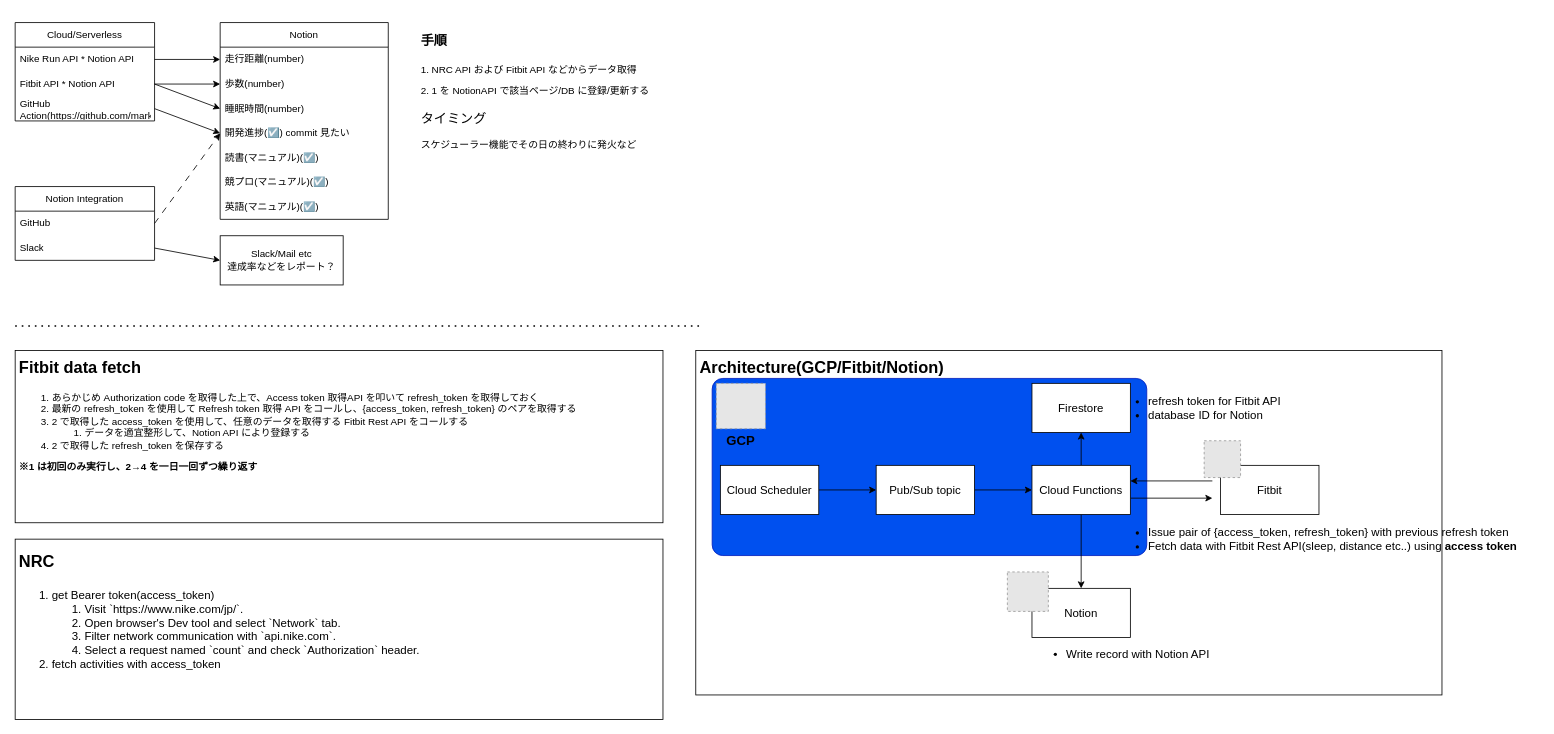
This is notion_arch.drawio from yasuki0707/habit-tracker, a draw.io file, before an edit. Source tidied: cells renumbered, new cells numbered last; positions are measured from the earlier drawing's top-left corner, leaving out a move shared by most shapes. Both pictures are drawn from the tidied source at 82%, with x=0, y=0 at pixel (15, 22). Pictures stored in the file or linked from it are replaced by grey dashed boxes.
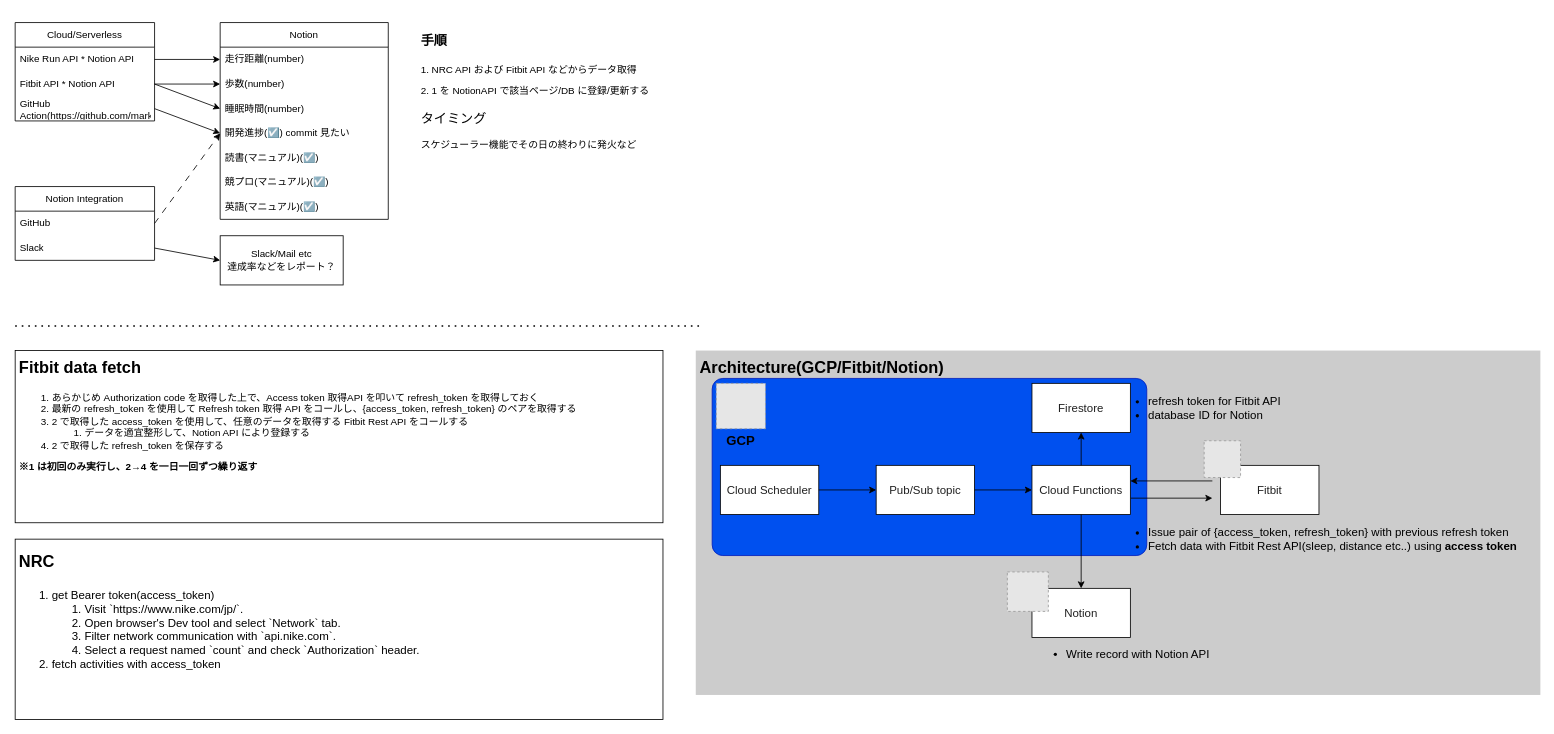
Above is the later version.

What changed in the source:
```diff
@@
-    <mxCell id="2" value="&lt;h1&gt;&lt;font style=&quot;font-size: 20px;&quot;&gt;Architecture(GCP/Fitbit/Notion)&lt;/font&gt;&lt;/h1&gt;&lt;br&gt;&lt;p&gt;&lt;/p&gt;" style="text;html=1;strokeColor=default;fillColor=none;spacing=5;spacingTop=-20;whiteSpace=wrap;overflow=hidden;rounded=0;" parent="1" vertex="1">
-      <mxGeometry x="830" y="400" width="910" height="420" as="geometry" />
-    </mxCell>
-    <mxCell id="3" style="rounded=1;whiteSpace=wrap;html=1;strokeColor=#001DBC;fontSize=20;arcSize=6;fillColor=#0050ef;fontColor=#ffffff;" parent="1" vertex="1">
-      <mxGeometry x="850" y="434" width="530" height="216" as="geometry" />
-    </mxCell>
@@
+    <mxCell id="38" value="&lt;h1&gt;&lt;font style=&quot;font-size: 20px;&quot;&gt;NRC&lt;/font&gt;&lt;/h1&gt;&lt;p&gt;&lt;/p&gt;&lt;ol&gt;&lt;li&gt;get Bearer token(access_token)&lt;ol&gt;&lt;li&gt;Visit `https://www.nike.com/jp/`.&lt;/li&gt;&lt;li&gt;Open browser's Dev tool and select `Network` tab.&lt;/li&gt;&lt;li&gt;Filter network communication with `api.nike.com`.&lt;/li&gt;&lt;li&gt;Select a request named `count` and check `Authorization` header.&lt;/li&gt;&lt;/ol&gt;&lt;/li&gt;&lt;li&gt;fetch activities with access_token&lt;/li&gt;&lt;/ol&gt;&lt;p&gt;&lt;/p&gt;" style="text;html=1;strokeColor=default;fillColor=none;spacing=5;spacingTop=-20;whiteSpace=wrap;overflow=hidden;rounded=0;fontSize=14;" parent="1" vertex="1">
+      <mxGeometry y="630" width="790" height="220" as="geometry" />
+    </mxCell>
+    <mxCell id="49" style="group;" parent="1" vertex="1">
+      <mxGeometry x="830" y="400" width="1030" height="420" as="geometry" />
+    </mxCell>
+    <mxCell id="2" value="&lt;h1&gt;&lt;font style=&quot;font-size: 20px;&quot;&gt;Architecture(GCP/Fitbit/Notion)&lt;/font&gt;&lt;/h1&gt;&lt;br&gt;&lt;p&gt;&lt;/p&gt;" style="text;html=1;spacing=5;spacingTop=-20;whiteSpace=wrap;overflow=hidden;rounded=0;fillColor=#CCCCCC;" parent="49" vertex="1">
+      <mxGeometry width="1030" height="420" as="geometry" />
+    </mxCell>
+    <mxCell id="3" style="rounded=1;whiteSpace=wrap;html=1;strokeColor=#001DBC;fontSize=20;arcSize=6;fillColor=#0050ef;fontColor=#ffffff;" parent="49" vertex="1">
+      <mxGeometry x="20" y="34" width="530" height="216" as="geometry" />
+    </mxCell>
+    <mxCell id="30" value="Cloud Scheduler" style="rounded=0;whiteSpace=wrap;html=1;strokeColor=default;fontSize=14;fillColor=#FFFFFF;fontColor=#202020;" parent="49" vertex="1">
+      <mxGeometry x="30" y="140" width="120" height="60" as="geometry" />
+    </mxCell>
+    <mxCell id="32" value="Pub/Sub topic" style="whiteSpace=wrap;html=1;fontSize=14;rounded=0;fillColor=#FFFFFF;fontColor=#202020;" parent="49" vertex="1">
+      <mxGeometry x="220" y="140" width="120" height="60" as="geometry" />
+    </mxCell>
-    <mxCell id="29" style="edgeStyle=none;html=1;fontSize=14;" parent="1" edge="1" source="30" target="32">
+    <mxCell id="29" style="edgeStyle=none;html=1;fontSize=14;" parent="49" edge="1" source="30" target="32">
       <mxGeometry relative="1" as="geometry" />
     </mxCell>
-    <mxCell id="30" value="Cloud Scheduler" style="rounded=0;whiteSpace=wrap;html=1;strokeColor=default;fontSize=14;" parent="1" vertex="1">
-      <mxGeometry x="860" y="540" width="120" height="60" as="geometry" />
-    </mxCell>
-    <mxCell id="31" style="edgeStyle=none;html=1;fontSize=14;" parent="1" edge="1" source="32" target="36">
-      <mxGeometry relative="1" as="geometry" />
-    </mxCell>
-    <mxCell id="32" value="Pub/Sub topic" style="whiteSpace=wrap;html=1;fontSize=14;rounded=0;" parent="1" vertex="1">
-      <mxGeometry x="1050" y="540" width="120" height="60" as="geometry" />
-    </mxCell>
-    <mxCell id="33" style="edgeStyle=none;html=1;fontSize=20;" parent="1" edge="1" source="36" target="39">
-      <mxGeometry relative="1" as="geometry" />
-    </mxCell>
-    <mxCell id="34" style="edgeStyle=none;html=1;fontSize=20;" parent="1" edge="1" source="36" target="40">
-      <mxGeometry relative="1" as="geometry" />
-    </mxCell>
-    <mxCell id="35" style="edgeStyle=none;html=1;fontSize=20;" parent="1" edge="1">
+    <mxCell id="35" style="edgeStyle=none;html=1;fontSize=20;" parent="49" edge="1">
       <mxGeometry relative="1" as="geometry">
-        <mxPoint x="1360" y="580" as="sourcePoint" />
-        <mxPoint x="1460" y="580" as="targetPoint" />
+        <mxPoint x="530" y="180" as="sourcePoint" />
+        <mxPoint x="630" y="180" as="targetPoint" />
       </mxGeometry>
     </mxCell>
-    <mxCell id="36" value="Cloud Functions" style="whiteSpace=wrap;html=1;fontSize=14;rounded=0;" parent="1" vertex="1">
-      <mxGeometry x="1240" y="540" width="120" height="60" as="geometry" />
+    <mxCell id="36" value="Cloud Functions" style="whiteSpace=wrap;html=1;fontSize=14;rounded=0;fillColor=#FFFFFF;fontColor=#202020;" parent="49" vertex="1">
+      <mxGeometry x="410" y="140" width="120" height="60" as="geometry" />
     </mxCell>
+    <mxCell id="31" style="edgeStyle=none;html=1;fontSize=14;" parent="49" edge="1" source="32" target="36">
+      <mxGeometry relative="1" as="geometry" />
+    </mxCell>
-    <mxCell id="37" value="&lt;ul&gt;&lt;li&gt;Write record with Notion API&lt;/li&gt;&lt;/ul&gt;" style="text;html=1;strokeColor=none;fillColor=none;align=left;verticalAlign=middle;whiteSpace=wrap;rounded=0;fontSize=14;" parent="1" vertex="1">
-      <mxGeometry x="1240" y="740" width="400" height="60" as="geometry" />
+    <mxCell id="37" value="&lt;ul&gt;&lt;li&gt;Write record with Notion API&lt;/li&gt;&lt;/ul&gt;" style="text;html=1;strokeColor=none;fillColor=none;align=left;verticalAlign=middle;whiteSpace=wrap;rounded=0;fontSize=14;" parent="49" vertex="1">
+      <mxGeometry x="410" y="340" width="400" height="60" as="geometry" />
     </mxCell>
-    <mxCell id="38" value="&lt;h1&gt;&lt;font style=&quot;font-size: 20px;&quot;&gt;NRC&lt;/font&gt;&lt;/h1&gt;&lt;p&gt;&lt;/p&gt;&lt;ol&gt;&lt;li&gt;get Bearer token(access_token)&lt;ol&gt;&lt;li&gt;Visit `https://www.nike.com/jp/`.&lt;/li&gt;&lt;li&gt;Open browser's Dev tool and select `Network` tab.&lt;/li&gt;&lt;li&gt;Filter network communication with `api.nike.com`.&lt;/li&gt;&lt;li&gt;Select a request named `count` and check `Authorization` header.&lt;/li&gt;&lt;/ol&gt;&lt;/li&gt;&lt;li&gt;fetch activities with access_token&lt;/li&gt;&lt;/ol&gt;&lt;p&gt;&lt;/p&gt;" style="text;html=1;strokeColor=default;fillColor=none;spacing=5;spacingTop=-20;whiteSpace=wrap;overflow=hidden;rounded=0;fontSize=14;" parent="1" vertex="1">
-      <mxGeometry y="630" width="790" height="220" as="geometry" />
-    </mxCell>
-    <mxCell id="39" value="Firestore" style="whiteSpace=wrap;html=1;fontSize=14;rounded=0;" parent="1" vertex="1">
-      <mxGeometry x="1240" y="440" width="120" height="60" as="geometry" />
+    <mxCell id="39" value="Firestore" style="whiteSpace=wrap;html=1;fontSize=14;rounded=0;fillColor=#FFFFFF;fontColor=#202020;" parent="49" vertex="1">
+      <mxGeometry x="410" y="40" width="120" height="60" as="geometry" />
     </mxCell>
+    <mxCell id="33" style="edgeStyle=none;html=1;fontSize=20;" parent="49" edge="1" source="36" target="39">
+      <mxGeometry relative="1" as="geometry" />
+    </mxCell>
-    <mxCell id="40" value="Notion" style="whiteSpace=wrap;html=1;fontSize=14;rounded=0;" parent="1" vertex="1">
-      <mxGeometry x="1240" y="690" width="120" height="60" as="geometry" />
+    <mxCell id="40" value="Notion" style="whiteSpace=wrap;html=1;fontSize=14;rounded=0;fillColor=#FFFFFF;fontColor=#202020;" parent="49" vertex="1">
+      <mxGeometry x="410" y="290" width="120" height="60" as="geometry" />
     </mxCell>
+    <mxCell id="34" style="edgeStyle=none;html=1;fontSize=20;" parent="49" edge="1" source="36" target="40">
+      <mxGeometry relative="1" as="geometry" />
+    </mxCell>
-    <mxCell id="41" value="Fitbit" style="whiteSpace=wrap;html=1;fontSize=14;rounded=0;" parent="1" vertex="1">
-      <mxGeometry x="1470" y="540" width="120" height="60" as="geometry" />
+    <mxCell id="41" value="Fitbit" style="whiteSpace=wrap;html=1;fontSize=14;rounded=0;fillColor=#FFFFFF;fontColor=#202020;" parent="49" vertex="1">
+      <mxGeometry x="640" y="140" width="120" height="60" as="geometry" />
     </mxCell>
-    <mxCell id="42" value="&lt;ul&gt;&lt;li&gt;Issue pair of {access_token, refresh_token} with previous refresh token&lt;/li&gt;&lt;li&gt;Fetch data with Fitbit Rest API(sleep, distance etc..) using &lt;b&gt;access token&lt;/b&gt;&lt;/li&gt;&lt;/ul&gt;" style="text;html=1;strokeColor=none;fillColor=none;align=left;verticalAlign=middle;whiteSpace=wrap;rounded=0;fontSize=14;" parent="1" vertex="1">
-      <mxGeometry x="1340" y="600" width="500" height="60" as="geometry" />
+    <mxCell id="42" value="&lt;ul&gt;&lt;li&gt;Issue pair of {access_token, refresh_token} with previous refresh token&lt;/li&gt;&lt;li&gt;Fetch data with Fitbit Rest API(sleep, distance etc..) using &lt;b&gt;access token&lt;/b&gt;&lt;/li&gt;&lt;/ul&gt;" style="text;html=1;strokeColor=none;fillColor=none;align=left;verticalAlign=middle;whiteSpace=wrap;rounded=0;fontSize=14;" parent="49" vertex="1">
+      <mxGeometry x="510" y="200" width="500" height="60" as="geometry" />
     </mxCell>
-    <mxCell id="43" style="edgeStyle=none;html=1;fontSize=20;strokeColor=default;endArrow=none;endFill=0;startArrow=classic;startFill=1;" parent="1" edge="1">
+    <mxCell id="43" style="edgeStyle=none;html=1;fontSize=20;strokeColor=default;endArrow=none;endFill=0;startArrow=classic;startFill=1;" parent="49" edge="1">
       <mxGeometry relative="1" as="geometry">
-        <mxPoint x="1360" y="559" as="sourcePoint" />
-        <mxPoint x="1460" y="559" as="targetPoint" />
+        <mxPoint x="530" y="159" as="sourcePoint" />
+        <mxPoint x="630" y="159" as="targetPoint" />
       </mxGeometry>
     </mxCell>
-    <mxCell id="44" value="GCP" style="text;html=1;strokeColor=none;fillColor=none;align=center;verticalAlign=middle;whiteSpace=wrap;rounded=0;fontSize=16;fontStyle=1;" parent="1" vertex="1">
-      <mxGeometry x="850" y="495.4" width="70" height="30" as="geometry" />
+    <mxCell id="44" value="GCP" style="text;html=1;strokeColor=none;fillColor=none;align=center;verticalAlign=middle;whiteSpace=wrap;rounded=0;fontSize=16;fontStyle=1;" parent="49" vertex="1">
+      <mxGeometry x="20" y="95.4" width="70" height="30" as="geometry" />
     </mxCell>
-    <mxCell id="45" style="fillColor=#E6E6E6;strokeColor=#999999;dashed=1;verticalLabelPosition=bottom;labelBackgroundColor=default;verticalAlign=top;" parent="1" vertex="1">
-      <mxGeometry x="1450" y="510" width="44.4" height="44.9" as="geometry" />
+    <mxCell id="45" style="fillColor=#E6E6E6;strokeColor=#999999;dashed=1;verticalLabelPosition=bottom;labelBackgroundColor=default;verticalAlign=top;" parent="49" vertex="1">
+      <mxGeometry x="620" y="110" width="44.4" height="44.9" as="geometry" />
     </mxCell>
-    <mxCell id="46" style="fillColor=#E6E6E6;strokeColor=#999999;dashed=1;verticalLabelPosition=bottom;labelBackgroundColor=default;verticalAlign=top;" parent="1" vertex="1">
-      <mxGeometry x="1210" y="670" width="50" height="48.1" as="geometry" />
+    <mxCell id="46" style="fillColor=#E6E6E6;strokeColor=#999999;dashed=1;verticalLabelPosition=bottom;labelBackgroundColor=default;verticalAlign=top;" parent="49" vertex="1">
+      <mxGeometry x="380" y="270" width="50" height="48.1" as="geometry" />
     </mxCell>
-    <mxCell id="47" style="fillColor=#E6E6E6;strokeColor=#999999;dashed=1;verticalLabelPosition=bottom;labelBackgroundColor=default;verticalAlign=top;" parent="1" vertex="1">
-      <mxGeometry x="855" y="440" width="60" height="55.4" as="geometry" />
+    <mxCell id="47" style="fillColor=#E6E6E6;strokeColor=#999999;dashed=1;verticalLabelPosition=bottom;labelBackgroundColor=default;verticalAlign=top;" parent="49" vertex="1">
+      <mxGeometry x="25" y="40" width="60" height="55.4" as="geometry" />
     </mxCell>
-    <mxCell id="48" value="&lt;div style=&quot;font-size: 14px;&quot;&gt;&lt;ul&gt;&lt;li&gt;refresh token for Fitbit API&lt;/li&gt;&lt;li&gt;database ID for Notion&lt;/li&gt;&lt;/ul&gt;&lt;/div&gt;" style="text;html=1;strokeColor=none;fillColor=none;align=left;verticalAlign=middle;whiteSpace=wrap;rounded=0;fontSize=14;" parent="1" vertex="1">
-      <mxGeometry x="1340" y="455" width="240" height="30" as="geometry" />
+    <mxCell id="48" value="&lt;div style=&quot;font-size: 14px;&quot;&gt;&lt;ul&gt;&lt;li&gt;refresh token for Fitbit API&lt;/li&gt;&lt;li&gt;database ID for Notion&lt;/li&gt;&lt;/ul&gt;&lt;/div&gt;" style="text;html=1;strokeColor=none;fillColor=none;align=left;verticalAlign=middle;whiteSpace=wrap;rounded=0;fontSize=14;" parent="49" vertex="1">
+      <mxGeometry x="510" y="55" width="240" height="30" as="geometry" />
     </mxCell>
```
